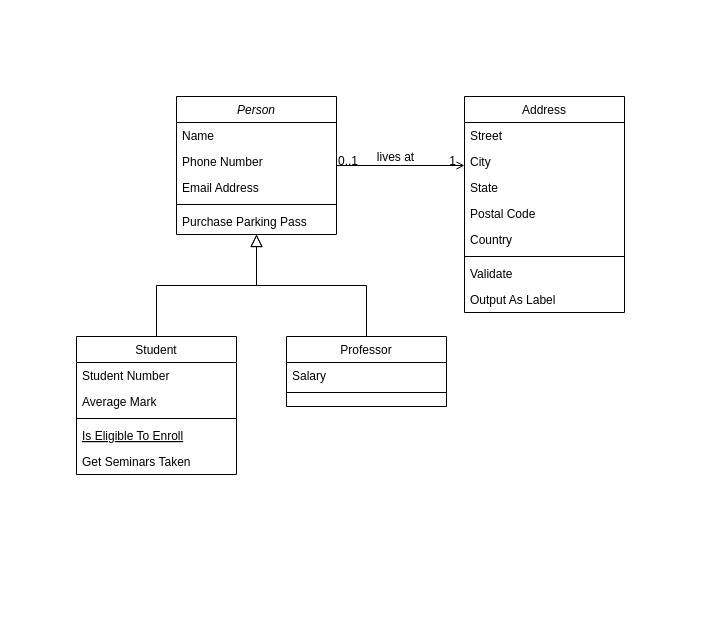
Earlier version of the draw.io diagram GestorDeClubs.drawio (pavlorudak/UML-GestorDeClubes). Source tidied: cells renumbered, new cells numbered last; positions are measured from the earlier drawing's top-left corner, leaving out a move shared by most shapes. Both pictures are drawn from the tidied source at 100%, with x=0, y=0 at pixel (76, 96).
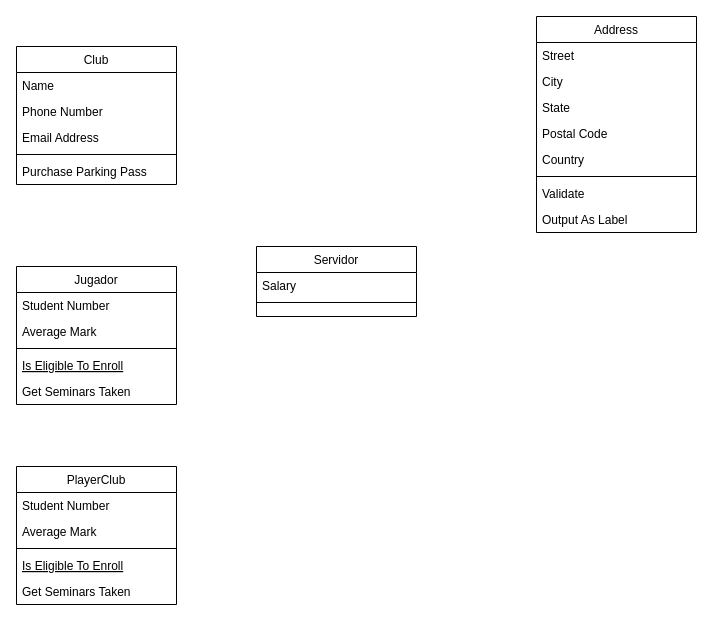
The same page after the edit.

Change to the diagram source:
```diff
@@
-    <mxCell id="2" value="Person" style="swimlane;fontStyle=2;align=center;verticalAlign=top;horizontal=1;startSize=26;rounded=0;shadow=0;strokeWidth=1;" parent="1" vertex="1">
-      <mxGeometry x="100" width="160" height="138" as="geometry" />
+    <mxCell id="2" value="Club" style="swimlane;fontStyle=0;align=center;verticalAlign=top;horizontal=1;startSize=26;rounded=0;shadow=0;strokeWidth=1;" parent="1" vertex="1">
+      <mxGeometry x="-60" y="-50" width="160" height="138" as="geometry" />
     </mxCell>
@@
-    <mxCell id="8" value="Student" style="swimlane;fontStyle=0;align=center;verticalAlign=top;horizontal=1;startSize=26;rounded=0;shadow=0;strokeWidth=1;" parent="1" vertex="1">
-      <mxGeometry y="240" width="160" height="138" as="geometry" />
+    <mxCell id="8" value="Jugador" style="swimlane;fontStyle=0;align=center;verticalAlign=top;horizontal=1;startSize=26;rounded=0;shadow=0;strokeWidth=1;" parent="1" vertex="1">
+      <mxGeometry x="-60" y="170" width="160" height="138" as="geometry" />
     </mxCell>
@@
-    <mxCell id="14" style="endArrow=block;endSize=10;endFill=0;shadow=0;strokeWidth=1;rounded=0;edgeStyle=elbowEdgeStyle;elbow=vertical;" parent="1" edge="1" source="8" target="2">
-      <mxGeometry relative="1" as="geometry" />
-    </mxCell>
-    <mxCell id="15" value="Professor" style="swimlane;fontStyle=0;align=center;verticalAlign=top;horizontal=1;startSize=26;rounded=0;shadow=0;strokeWidth=1;" parent="1" vertex="1">
-      <mxGeometry x="210" y="240" width="160" height="70" as="geometry" />
+    <mxCell id="15" value="Servidor" style="swimlane;fontStyle=0;align=center;verticalAlign=top;horizontal=1;startSize=26;rounded=0;shadow=0;strokeWidth=1;" parent="1" vertex="1">
+      <mxGeometry x="180" y="150" width="160" height="70" as="geometry" />
     </mxCell>
@@
-    <mxCell id="18" style="endArrow=block;endSize=10;endFill=0;shadow=0;strokeWidth=1;rounded=0;edgeStyle=elbowEdgeStyle;elbow=vertical;" parent="1" edge="1" source="15" target="2">
-      <mxGeometry relative="1" as="geometry" />
-    </mxCell>
     <mxCell id="19" value="Address" style="swimlane;fontStyle=0;align=center;verticalAlign=top;horizontal=1;startSize=26;rounded=0;shadow=0;strokeWidth=1;" parent="1" vertex="1">
-      <mxGeometry x="388" width="160" height="216" as="geometry" />
+      <mxGeometry x="460" y="-80" width="160" height="216" as="geometry" />
     </mxCell>
@@
-    <mxCell id="28" style="endArrow=open;shadow=0;strokeWidth=1;rounded=0;endFill=1;edgeStyle=elbowEdgeStyle;elbow=vertical;" parent="1" edge="1" source="2" target="19">
-      <mxGeometry x="0.5" y="41" relative="1" as="geometry">
-        <mxPoint x="-40" y="32" as="offset" />
-      </mxGeometry>
-    </mxCell>
-    <mxCell id="29" value="0..1" style="align=left;verticalAlign=bottom;labelBackgroundColor=none;fontSize=12;" parent="28" vertex="1">
-      <mxGeometry x="-1" relative="1" as="geometry">
-        <mxPoint y="4" as="offset" />
-      </mxGeometry>
-    </mxCell>
-    <mxCell id="30" value="1" style="align=right;verticalAlign=bottom;labelBackgroundColor=none;fontSize=12;" parent="28" vertex="1">
-      <mxGeometry x="1" relative="1" as="geometry">
-        <mxPoint x="-7" y="4" as="offset" />
-      </mxGeometry>
-    </mxCell>
-    <mxCell id="31" value="lives at" style="text;html=1;align=center;verticalAlign=middle;labelBackgroundColor=none;rounded=0;shadow=0;strokeWidth=1;fontSize=12;" parent="28" vertex="1">
-      <mxGeometry x="0.5" y="49" relative="1" as="geometry">
-        <mxPoint x="-38" y="40" as="offset" />
-      </mxGeometry>
-    </mxCell>
+    <mxCell id="32" value="PlayerClub" style="swimlane;fontStyle=0;align=center;verticalAlign=top;horizontal=1;startSize=26;rounded=0;shadow=0;strokeWidth=1;" parent="1" vertex="1">
+      <mxGeometry x="-60" y="370" width="160" height="138" as="geometry" />
+    </mxCell>
+    <mxCell id="33" value="Student Number" style="text;align=left;verticalAlign=top;spacingLeft=4;spacingRight=4;overflow=hidden;" parent="32" vertex="1">
+      <mxGeometry y="26" width="160" height="26" as="geometry" />
+    </mxCell>
+    <mxCell id="34" value="Average Mark" style="text;align=left;verticalAlign=top;spacingLeft=4;spacingRight=4;overflow=hidden;rounded=0;shadow=0;html=0;" parent="32" vertex="1">
+      <mxGeometry y="52" width="160" height="26" as="geometry" />
+    </mxCell>
+    <mxCell id="35" style="line;html=1;strokeWidth=1;align=left;verticalAlign=middle;spacingTop=-1;spacingLeft=3;spacingRight=3;labelPosition=right;" parent="32" vertex="1">
+      <mxGeometry y="78" width="160" height="8" as="geometry" />
+    </mxCell>
+    <mxCell id="36" value="Is Eligible To Enroll" style="text;align=left;verticalAlign=top;spacingLeft=4;spacingRight=4;overflow=hidden;fontStyle=4;" parent="32" vertex="1">
+      <mxGeometry y="86" width="160" height="26" as="geometry" />
+    </mxCell>
+    <mxCell id="37" value="Get Seminars Taken" style="text;align=left;verticalAlign=top;spacingLeft=4;spacingRight=4;overflow=hidden;" parent="32" vertex="1">
+      <mxGeometry y="112" width="160" height="26" as="geometry" />
+    </mxCell>
```
